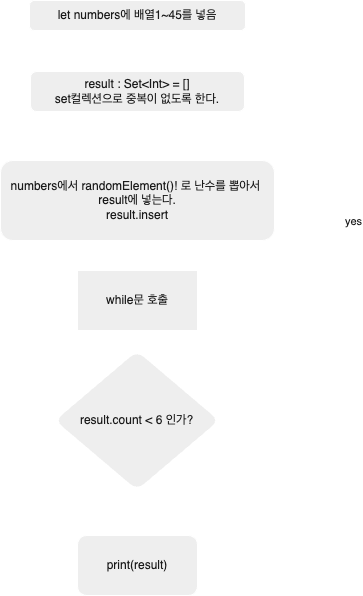
yagom-academy/swift-starter-Round2 keeps this draw.io diagram as 로또번호뽑기순서도.png. Above is the earlier version. Source tidied: cells renumbered, new cells last; positions are measured from the earlier drawing's top-left corner, leaving out a move shared by most shapes.
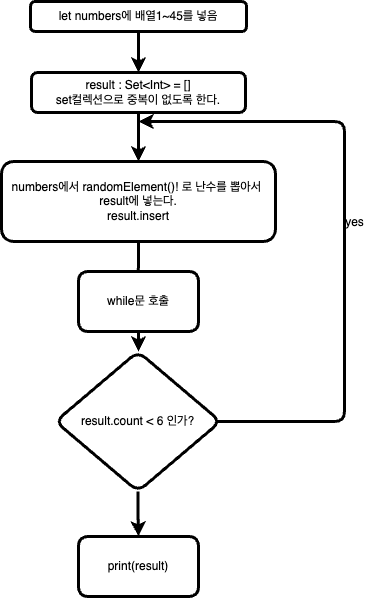
The same diagram one commit later.

Commit message:
Round2[step1]-yachae

The edit, as a diff of the source:
```diff
@@ -2,27 +2,27 @@
   <root>
     <mxCell id="0" />
     <mxCell id="1" parent="0" />
-    <mxCell id="2" style="edgeStyle=orthogonalEdgeStyle;rounded=0;jettySize=auto;html=1;labelBackgroundColor=none;strokeColor=#FFFFFF;fontColor=default;" parent="1" edge="1" source="3" target="5">
+    <mxCell id="2" style="edgeStyle=orthogonalEdgeStyle;rounded=1;jettySize=auto;html=1;labelBackgroundColor=none;strokeColor=default;fontColor=default;fontSize=12;fillColor=default;glass=0;strokeWidth=3;shadow=0;" parent="1" edge="1" source="3" target="5">
       <mxGeometry relative="1" as="geometry" />
     </mxCell>
-    <mxCell id="3" value="let numbers에 배열1~45를 넣음" style="rounded=1;whiteSpace=wrap;html=1;fontSize=12;glass=0;strokeWidth=1;shadow=0;labelBackgroundColor=none;fillColor=#EEEEEE;strokeColor=#FFFFFF;fontColor=#1A1A1A;" parent="1" vertex="1">
+    <mxCell id="3" value="let numbers에 배열1~45를 넣음" style="rounded=1;whiteSpace=wrap;html=1;fontSize=12;glass=0;strokeWidth=3;shadow=0;labelBackgroundColor=none;fillColor=default;strokeColor=default;fontColor=default;" parent="1" vertex="1">
       <mxGeometry x="29" width="216" height="30" as="geometry" />
     </mxCell>
-    <mxCell id="4" style="edgeStyle=orthogonalEdgeStyle;rounded=0;jettySize=auto;html=1;labelBackgroundColor=none;strokeColor=#FFFFFF;fontColor=default;" parent="1" edge="1" source="5" target="7">
+    <mxCell id="4" style="edgeStyle=orthogonalEdgeStyle;rounded=1;jettySize=auto;html=1;labelBackgroundColor=none;strokeColor=default;fontColor=default;fontSize=12;fillColor=default;glass=0;strokeWidth=3;shadow=0;" parent="1" edge="1" source="5" target="7">
       <mxGeometry relative="1" as="geometry" />
     </mxCell>
-    <mxCell id="5" value="result : Set&amp;lt;Int&amp;gt; = []&lt;br&gt;set컬렉션으로 중복이 없도록 한다." style="whiteSpace=wrap;html=1;rounded=1;glass=0;strokeWidth=1;shadow=0;labelBackgroundColor=none;fillColor=#EEEEEE;strokeColor=#FFFFFF;fontColor=#1A1A1A;" parent="1" vertex="1">
+    <mxCell id="5" value="result : Set&amp;lt;Int&amp;gt; = []&lt;br&gt;set컬렉션으로 중복이 없도록 한다." style="whiteSpace=wrap;html=1;rounded=1;glass=0;strokeWidth=3;shadow=0;labelBackgroundColor=none;fillColor=default;strokeColor=default;fontColor=default;" parent="1" vertex="1">
       <mxGeometry x="30" y="71" width="214" height="40" as="geometry" />
     </mxCell>
-    <mxCell id="6" style="edgeStyle=orthogonalEdgeStyle;rounded=0;jettySize=auto;html=1;labelBackgroundColor=none;strokeColor=#FFFFFF;fontColor=default;" parent="1" edge="1" source="7">
+    <mxCell id="6" style="edgeStyle=orthogonalEdgeStyle;rounded=1;jettySize=auto;html=1;labelBackgroundColor=none;strokeColor=default;fontColor=default;fontSize=12;fillColor=default;glass=0;strokeWidth=3;shadow=0;" parent="1" edge="1" source="7">
       <mxGeometry relative="1" as="geometry">
         <mxPoint x="136" y="290" as="targetPoint" />
       </mxGeometry>
     </mxCell>
-    <mxCell id="7" value="numbers에서 randomElement()! 로 난수를 뽑아서&amp;nbsp;&lt;br&gt;result에 넣는다.&lt;br&gt;result.insert" style="whiteSpace=wrap;html=1;rounded=1;glass=0;strokeWidth=1;shadow=0;labelBackgroundColor=none;fillColor=#EEEEEE;strokeColor=#FFFFFF;fontColor=#1A1A1A;" parent="1" vertex="1">
+    <mxCell id="7" value="numbers에서 randomElement()! 로 난수를 뽑아서&amp;nbsp;&lt;br&gt;result에 넣는다.&lt;br&gt;result.insert" style="whiteSpace=wrap;html=1;rounded=1;glass=0;strokeWidth=3;shadow=0;labelBackgroundColor=none;fillColor=default;strokeColor=default;fontColor=default;" parent="1" vertex="1">
       <mxGeometry y="160" width="274" height="80" as="geometry" />
     </mxCell>
-    <mxCell id="8" style="edgeStyle=orthogonalEdgeStyle;rounded=0;jettySize=auto;html=1;exitX=0.964;exitY=0.5;exitDx=0;exitDy=0;exitPerimeter=0;labelBackgroundColor=none;strokeColor=#FFFFFF;fontColor=default;" parent="1" edge="1" source="11">
+    <mxCell id="8" style="edgeStyle=orthogonalEdgeStyle;rounded=1;jettySize=auto;html=1;exitX=0.964;exitY=0.5;exitDx=0;exitDy=0;exitPerimeter=0;labelBackgroundColor=none;strokeColor=default;fontColor=default;fontSize=12;fillColor=default;glass=0;strokeWidth=3;shadow=0;" parent="1" edge="1" source="11">
       <mxGeometry relative="1" as="geometry">
         <mxPoint x="137" y="120" as="targetPoint" />
         <Array as="points">
@@ -31,24 +31,24 @@
         </Array>
       </mxGeometry>
     </mxCell>
-    <mxCell id="9" value="yes" style="edgeLabel;html=1;align=center;verticalAlign=middle;labelBackgroundColor=none;fontColor=#1A1A1A;" parent="8" vertex="1">
+    <mxCell id="9" value="yes" style="edgeLabel;html=1;align=center;verticalAlign=middle;labelBackgroundColor=none;fontColor=default;fontSize=12;fillColor=default;strokeColor=default;rounded=1;glass=0;strokeWidth=3;shadow=0;" parent="8" vertex="1">
       <mxGeometry x="0.99" y="-2" relative="1" as="geometry">
         <mxPoint x="214" y="102" as="offset" />
       </mxGeometry>
     </mxCell>
-    <mxCell id="10" style="edgeStyle=orthogonalEdgeStyle;rounded=0;jettySize=auto;html=1;labelBackgroundColor=none;strokeColor=#FFFFFF;fontColor=default;" parent="1" edge="1" source="11" target="12">
+    <mxCell id="10" style="edgeStyle=orthogonalEdgeStyle;rounded=1;jettySize=auto;html=1;labelBackgroundColor=none;strokeColor=default;fontColor=default;fontSize=12;fillColor=default;glass=0;strokeWidth=3;shadow=0;" parent="1" edge="1" source="11" target="12">
       <mxGeometry relative="1" as="geometry" />
     </mxCell>
-    <mxCell id="11" value="result.count &amp;lt; 6 인가?" style="rhombus;whiteSpace=wrap;html=1;rounded=1;glass=0;strokeWidth=1;shadow=0;labelBackgroundColor=none;fillColor=#EEEEEE;strokeColor=#FFFFFF;fontColor=#1A1A1A;" parent="1" vertex="1">
+    <mxCell id="11" value="result.count &amp;lt; 6 인가?" style="rhombus;whiteSpace=wrap;html=1;rounded=1;glass=0;strokeWidth=3;shadow=0;labelBackgroundColor=none;fillColor=default;strokeColor=default;fontColor=default;" parent="1" vertex="1">
       <mxGeometry x="54" y="350" width="165" height="140" as="geometry" />
     </mxCell>
-    <mxCell id="12" value="print(result)" style="rounded=1;whiteSpace=wrap;html=1;glass=0;strokeWidth=1;shadow=0;labelBackgroundColor=none;fillColor=#EEEEEE;strokeColor=#FFFFFF;fontColor=#1A1A1A;" parent="1" vertex="1">
+    <mxCell id="12" value="print(result)" style="rounded=1;whiteSpace=wrap;html=1;glass=0;strokeWidth=3;shadow=0;labelBackgroundColor=none;" parent="1" vertex="1">
       <mxGeometry x="77" y="535" width="120" height="60" as="geometry" />
     </mxCell>
-    <mxCell id="13" style="edgeStyle=orthogonalEdgeStyle;rounded=0;jettySize=auto;html=1;entryX=0.5;entryY=0;entryDx=0;entryDy=0;labelBackgroundColor=none;strokeColor=#FFFFFF;fontColor=default;" parent="1" edge="1" source="14" target="11">
+    <mxCell id="13" style="edgeStyle=orthogonalEdgeStyle;rounded=1;jettySize=auto;html=1;entryX=0.5;entryY=0;entryDx=0;entryDy=0;labelBackgroundColor=none;strokeColor=default;fontColor=default;fontSize=12;fillColor=default;glass=0;strokeWidth=3;shadow=0;" parent="1" edge="1" source="14" target="11">
       <mxGeometry relative="1" as="geometry" />
     </mxCell>
-    <mxCell id="14" value="while문 호출" style="rounded=0;whiteSpace=wrap;html=1;labelBackgroundColor=none;fillColor=#EEEEEE;strokeColor=#FFFFFF;fontColor=#1A1A1A;" parent="1" vertex="1">
+    <mxCell id="14" value="while문 호출" style="rounded=1;whiteSpace=wrap;html=1;labelBackgroundColor=none;fillColor=default;strokeColor=default;fontColor=default;glass=0;strokeWidth=3;shadow=0;" parent="1" vertex="1">
       <mxGeometry x="77" y="270" width="120" height="60" as="geometry" />
     </mxCell>
   </root>
```
